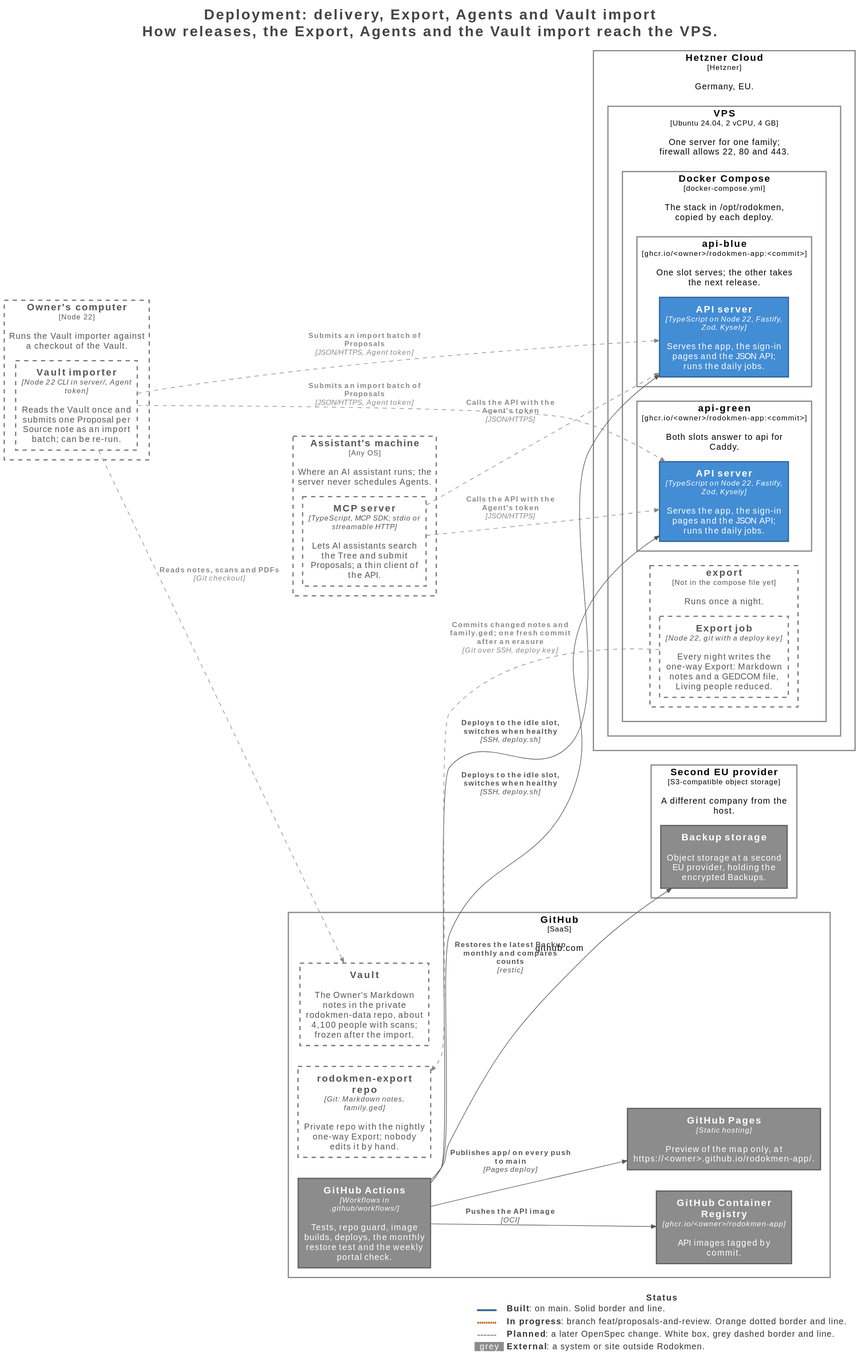
xjrk58/rodokmen-app keeps this PlantUML diagram as docs/architecture/generated/svg/16-deployment-delivery.svg. Above is the earlier version. The source it was exported from:
```plantuml
@startuml
title <size:24>Deployment: delivery, Export, Agents and Vault import</size>\n<size:24>How releases, the Export, Agents and the Vault import reach the VPS.</size>

set separator none
left to right direction

skinparam {
}

<style>
  root {
    BackgroundColor: #ffffff
    FontColor: #444444
  }
</style>

!include <C4/C4>
!include <C4/C4_Context>
!include <C4/C4_Container>
!include <C4/C4_Deployment>

!include ../../legend.puml

AddElementTag("Software System,External,Built", $bgColor="#8c8c8c", $borderColor="#616161", $fontColor="#ffffff", $sprite="", $shadowing="", $borderStyle="solid", $borderThickness="2")
AddElementTag("Container,External,Built", $bgColor="#8c8c8c", $borderColor="#616161", $fontColor="#ffffff", $sprite="", $shadowing="", $borderStyle="solid", $borderThickness="2")
AddElementTag("Container,Planned", $bgColor="#ffffff", $borderColor="#777777", $fontColor="#555555", $sprite="", $shadowing="", $borderStyle="dashed", $borderThickness="2")
AddElementTag("Deployment Node,Planned", $bgColor="#ffffff", $borderColor="#777777", $fontColor="#555555", $sprite="", $shadowing="", $borderStyle="dashed", $borderThickness="2")
AddElementTag("Deployment Node,Built", $bgColor="#ffffff", $borderColor="#888888", $fontColor="#000000", $sprite="", $shadowing="", $borderStyle="solid", $borderThickness="2")
AddElementTag("Container,External,Planned", $bgColor="#ffffff", $borderColor="#777777", $fontColor="#555555", $sprite="", $shadowing="", $borderStyle="dashed", $borderThickness="2")
AddElementTag("Container,Built", $bgColor="#438dd5", $borderColor="#2e6295", $fontColor="#ffffff", $sprite="", $shadowing="", $borderStyle="solid", $borderThickness="2")
AddElementTag("Software System,External,Planned", $bgColor="#ffffff", $borderColor="#777777", $fontColor="#555555", $sprite="", $shadowing="", $borderStyle="dashed", $borderThickness="2")

AddRelTag("Planned", $textColor="#8a8a8a", $lineColor="#8a8a8a", $lineStyle = DashedLine())
AddRelTag("Built", $textColor="#555555", $lineColor="#555555", $lineStyle = "")

Deployment_Node(Production.Assistantsmachine, "Assistant's machine", $type="Any OS", $descr="Where an AI assistant runs; the server never schedules Agents.", $tags="Deployment Node,Planned", $link="") {
  Container(Production.Assistantsmachine.MCPserver_1, "MCP server", $techn="TypeScript, MCP SDK; stdio or streamable HTTP", $descr="Lets AI assistants search the Tree and submit Proposals; a thin client of the API.", $tags="Container,Planned", $link="")
}

Deployment_Node(Production.Ownerscomputer, "Owner's computer", $type="Node 22", $descr="Runs the Vault importer against a checkout of the Vault.", $tags="Deployment Node,Planned", $link="") {
  Container(Production.Ownerscomputer.Vaultimporter_1, "Vault importer", $techn="Node 22 CLI in server/, Agent token", $descr="Reads the Vault once and submits one Proposal per Source note as an import batch; can be re-run.", $tags="Container,Planned", $link="")
}

Deployment_Node(Production.HetznerCloud, "Hetzner Cloud", $type="Hetzner", $descr="Germany, EU.", $tags="Deployment Node,Built", $link="") {
  Deployment_Node(Production.HetznerCloud.VPS, "VPS", $type="Ubuntu 24.04, 2 vCPU, 4 GB", $descr="One server for one family; firewall allows 22, 80 and 443.", $tags="Deployment Node,Built", $link="") {
    Deployment_Node(Production.HetznerCloud.VPS.DockerCompose, "Docker Compose", $type="docker-compose.yml", $descr="The stack in /opt/rodokmen, copied by each deploy.", $tags="Deployment Node,Built", $link="") {
      Deployment_Node(Production.HetznerCloud.VPS.DockerCompose.apiblue, "api-blue", $type="ghcr.io/<owner>/rodokmen-app:<commit>", $descr="One slot serves; the other takes the next release.", $tags="Deployment Node,Built", $link="") {
        Container(Production.HetznerCloud.VPS.DockerCompose.apiblue.APIserver_1, "API server", $techn="TypeScript on Node 22, Fastify, Zod, Kysely", $descr="Serves the app, the sign-in pages and the JSON API; runs the daily jobs.", $tags="Container,Built", $link="")
      }

      Deployment_Node(Production.HetznerCloud.VPS.DockerCompose.apigreen, "api-green", $type="ghcr.io/<owner>/rodokmen-app:<commit>", $descr="Both slots answer to api for Caddy.", $tags="Deployment Node,Built", $link="") {
        Container(Production.HetznerCloud.VPS.DockerCompose.apigreen.APIserver_1, "API server", $techn="TypeScript on Node 22, Fastify, Zod, Kysely", $descr="Serves the app, the sign-in pages and the JSON API; runs the daily jobs.", $tags="Container,Built", $link="")
      }

      Deployment_Node(Production.HetznerCloud.VPS.DockerCompose.export, "export", $type="Not in the compose file yet", $descr="Runs once a night.", $tags="Deployment Node,Planned", $link="") {
        Container(Production.HetznerCloud.VPS.DockerCompose.export.Exportjob_1, "Export job", $techn="Node 22, git with a deploy key", $descr="Every night writes the one-way Export: Markdown notes and a GEDCOM file, Living people reduced.", $tags="Container,Planned", $link="")
      }

    }

  }

}

Deployment_Node(Production.SecondEUprovider, "Second EU provider", $type="S3-compatible object storage", $descr="A different company from the host.", $tags="Deployment Node,Built", $link="") {
  System(Production.SecondEUprovider.Backupstorage_1, "Backup storage", $descr="Object storage at a second EU provider, holding the encrypted Backups.", $tags="Software System,External,Built", $link="")
}

Deployment_Node(Production.GitHub, "GitHub", $type="SaaS", $descr="github.com", $tags="Deployment Node,Built", $link="") {
  Container(Production.GitHub.GitHubActions_1, "GitHub Actions", $techn="Workflows in .github/workflows/", $descr="Tests, repo guard, image builds, deploys, the monthly restore test and the weekly portal check.", $tags="Container,External,Built", $link="")
  Container(Production.GitHub.GitHubContainerRegistry_1, "GitHub Container Registry", $techn="ghcr.io/<owner>/rodokmen-app", $descr="API images tagged by commit.", $tags="Container,External,Built", $link="")
  Container(Production.GitHub.GitHubPages_1, "GitHub Pages", $techn="Static hosting", $descr="Preview of the map only, at https://<owner>.github.io/rodokmen-app/.", $tags="Container,External,Built", $link="")
  Container(Production.GitHub.rodokmenexportrepo_1, "rodokmen-export repo", $techn="Git: Markdown notes, family.ged", $descr="Private repo with the nightly one-way Export; nobody edits it by hand.", $tags="Container,External,Planned", $link="")
  System(Production.GitHub.Vault_1, "Vault", $descr="The Owner's Markdown notes in the private rodokmen-data repo, about 4,100 people with scans; frozen after the import.", $tags="Software System,External,Planned", $link="")
}

Rel(Production.Assistantsmachine.MCPserver_1, Production.HetznerCloud.VPS.DockerCompose.apiblue.APIserver_1, "Calls the API with the Agent's token", $techn="JSON/HTTPS", $tags="Planned", $link="")
Rel(Production.Ownerscomputer.Vaultimporter_1, Production.HetznerCloud.VPS.DockerCompose.apiblue.APIserver_1, "Submits an import batch of Proposals", $techn="JSON/HTTPS, Agent token", $tags="Planned", $link="")
Rel(Production.Assistantsmachine.MCPserver_1, Production.HetznerCloud.VPS.DockerCompose.apigreen.APIserver_1, "Calls the API with the Agent's token", $techn="JSON/HTTPS", $tags="Planned", $link="")
Rel(Production.Ownerscomputer.Vaultimporter_1, Production.HetznerCloud.VPS.DockerCompose.apigreen.APIserver_1, "Submits an import batch of Proposals", $techn="JSON/HTTPS, Agent token", $tags="Planned", $link="")
Rel(Production.GitHub.GitHubActions_1, Production.HetznerCloud.VPS.DockerCompose.apiblue.APIserver_1, "Deploys to the idle slot, switches when healthy", $techn="SSH, deploy.sh", $tags="Built", $link="")
Rel(Production.GitHub.GitHubActions_1, Production.HetznerCloud.VPS.DockerCompose.apigreen.APIserver_1, "Deploys to the idle slot, switches when healthy", $techn="SSH, deploy.sh", $tags="Built", $link="")
Rel(Production.GitHub.GitHubActions_1, Production.SecondEUprovider.Backupstorage_1, "Restores the latest Backup monthly and compares counts", $techn="restic", $tags="Built", $link="")
Rel(Production.GitHub.GitHubActions_1, Production.GitHub.GitHubContainerRegistry_1, "Pushes the API image", $techn="OCI", $tags="Built", $link="")
Rel(Production.GitHub.GitHubActions_1, Production.GitHub.GitHubPages_1, "Publishes app/ on every push to main", $techn="Pages deploy", $tags="Built", $link="")
Rel(Production.HetznerCloud.VPS.DockerCompose.export.Exportjob_1, Production.GitHub.rodokmenexportrepo_1, "Commits changed notes and family.ged; one fresh commit after an erasure", $techn="Git over SSH, deploy key", $tags="Planned", $link="")
Rel(Production.Ownerscomputer.Vaultimporter_1, Production.GitHub.Vault_1, "Reads notes, scans and PDFs", $techn="Git checkout", $tags="Planned", $link="")

SHOW_LEGEND(true)
hide stereotypes
@enduml
```
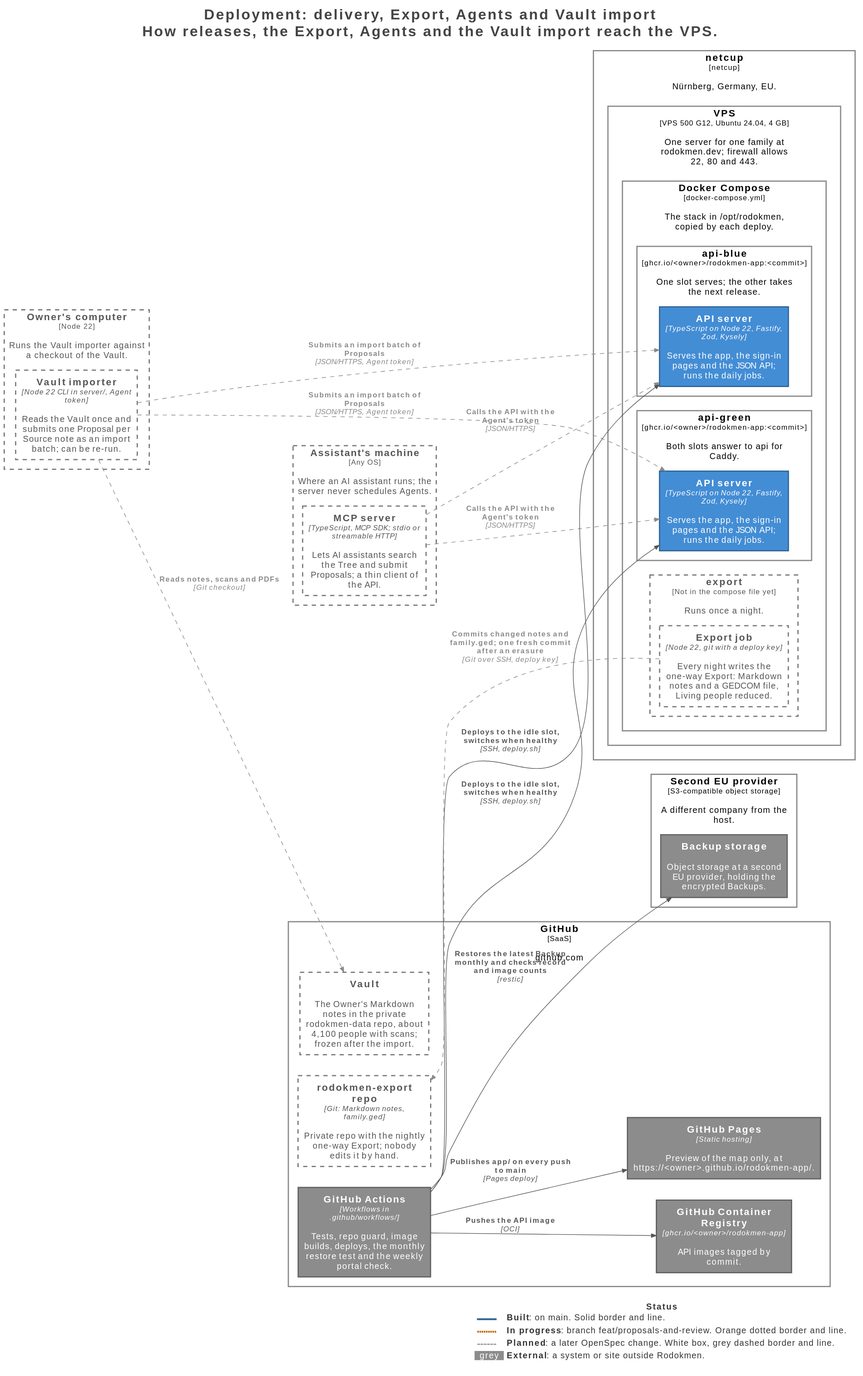
Later version of the same file.

Diff of the diagram source:
```diff
@@ -41,19 +41,19 @@
   Container(Production.Ownerscomputer.Vaultimporter_1, "Vault importer", $techn="Node 22 CLI in server/, Agent token", $descr="Reads the Vault once and submits one Proposal per Source note as an import batch; can be re-run.", $tags="Container,Planned", $link="")
 }
 
-Deployment_Node(Production.HetznerCloud, "Hetzner Cloud", $type="Hetzner", $descr="Germany, EU.", $tags="Deployment Node,Built", $link="") {
-  Deployment_Node(Production.HetznerCloud.VPS, "VPS", $type="Ubuntu 24.04, 2 vCPU, 4 GB", $descr="One server for one family; firewall allows 22, 80 and 443.", $tags="Deployment Node,Built", $link="") {
-    Deployment_Node(Production.HetznerCloud.VPS.DockerCompose, "Docker Compose", $type="docker-compose.yml", $descr="The stack in /opt/rodokmen, copied by each deploy.", $tags="Deployment Node,Built", $link="") {
-      Deployment_Node(Production.HetznerCloud.VPS.DockerCompose.apiblue, "api-blue", $type="ghcr.io/<owner>/rodokmen-app:<commit>", $descr="One slot serves; the other takes the next release.", $tags="Deployment Node,Built", $link="") {
-        Container(Production.HetznerCloud.VPS.DockerCompose.apiblue.APIserver_1, "API server", $techn="TypeScript on Node 22, Fastify, Zod, Kysely", $descr="Serves the app, the sign-in pages and the JSON API; runs the daily jobs.", $tags="Container,Built", $link="")
+Deployment_Node(Production.netcup, "netcup", $type="netcup", $descr="Nürnberg, Germany, EU.", $tags="Deployment Node,Built", $link="") {
+  Deployment_Node(Production.netcup.VPS, "VPS", $type="VPS 500 G12, Ubuntu 24.04, 4 GB", $descr="One server for one family at rodokmen.dev; firewall allows 22, 80 and 443.", $tags="Deployment Node,Built", $link="") {
+    Deployment_Node(Production.netcup.VPS.DockerCompose, "Docker Compose", $type="docker-compose.yml", $descr="The stack in /opt/rodokmen, copied by each deploy.", $tags="Deployment Node,Built", $link="") {
+      Deployment_Node(Production.netcup.VPS.DockerCompose.apiblue, "api-blue", $type="ghcr.io/<owner>/rodokmen-app:<commit>", $descr="One slot serves; the other takes the next release.", $tags="Deployment Node,Built", $link="") {
+        Container(Production.netcup.VPS.DockerCompose.apiblue.APIserver_1, "API server", $techn="TypeScript on Node 22, Fastify, Zod, Kysely", $descr="Serves the app, the sign-in pages and the JSON API; runs the daily jobs.", $tags="Container,Built", $link="")
       }
 
-      Deployment_Node(Production.HetznerCloud.VPS.DockerCompose.apigreen, "api-green", $type="ghcr.io/<owner>/rodokmen-app:<commit>", $descr="Both slots answer to api for Caddy.", $tags="Deployment Node,Built", $link="") {
-        Container(Production.HetznerCloud.VPS.DockerCompose.apigreen.APIserver_1, "API server", $techn="TypeScript on Node 22, Fastify, Zod, Kysely", $descr="Serves the app, the sign-in pages and the JSON API; runs the daily jobs.", $tags="Container,Built", $link="")
+      Deployment_Node(Production.netcup.VPS.DockerCompose.apigreen, "api-green", $type="ghcr.io/<owner>/rodokmen-app:<commit>", $descr="Both slots answer to api for Caddy.", $tags="Deployment Node,Built", $link="") {
+        Container(Production.netcup.VPS.DockerCompose.apigreen.APIserver_1, "API server", $techn="TypeScript on Node 22, Fastify, Zod, Kysely", $descr="Serves the app, the sign-in pages and the JSON API; runs the daily jobs.", $tags="Container,Built", $link="")
       }
 
-      Deployment_Node(Production.HetznerCloud.VPS.DockerCompose.export, "export", $type="Not in the compose file yet", $descr="Runs once a night.", $tags="Deployment Node,Planned", $link="") {
-        Container(Production.HetznerCloud.VPS.DockerCompose.export.Exportjob_1, "Export job", $techn="Node 22, git with a deploy key", $descr="Every night writes the one-way Export: Markdown notes and a GEDCOM file, Living people reduced.", $tags="Container,Planned", $link="")
+      Deployment_Node(Production.netcup.VPS.DockerCompose.export, "export", $type="Not in the compose file yet", $descr="Runs once a night.", $tags="Deployment Node,Planned", $link="") {
+        Container(Production.netcup.VPS.DockerCompose.export.Exportjob_1, "Export job", $techn="Node 22, git with a deploy key", $descr="Every night writes the one-way Export: Markdown notes and a GEDCOM file, Living people reduced.", $tags="Container,Planned", $link="")
       }
 
     }
@@ -74,16 +74,16 @@
   System(Production.GitHub.Vault_1, "Vault", $descr="The Owner's Markdown notes in the private rodokmen-data repo, about 4,100 people with scans; frozen after the import.", $tags="Software System,External,Planned", $link="")
 }
 
-Rel(Production.Assistantsmachine.MCPserver_1, Production.HetznerCloud.VPS.DockerCompose.apiblue.APIserver_1, "Calls the API with the Agent's token", $techn="JSON/HTTPS", $tags="Planned", $link="")
-Rel(Production.Ownerscomputer.Vaultimporter_1, Production.HetznerCloud.VPS.DockerCompose.apiblue.APIserver_1, "Submits an import batch of Proposals", $techn="JSON/HTTPS, Agent token", $tags="Planned", $link="")
-Rel(Production.Assistantsmachine.MCPserver_1, Production.HetznerCloud.VPS.DockerCompose.apigreen.APIserver_1, "Calls the API with the Agent's token", $techn="JSON/HTTPS", $tags="Planned", $link="")
-Rel(Production.Ownerscomputer.Vaultimporter_1, Production.HetznerCloud.VPS.DockerCompose.apigreen.APIserver_1, "Submits an import batch of Proposals", $techn="JSON/HTTPS, Agent token", $tags="Planned", $link="")
-Rel(Production.GitHub.GitHubActions_1, Production.HetznerCloud.VPS.DockerCompose.apiblue.APIserver_1, "Deploys to the idle slot, switches when healthy", $techn="SSH, deploy.sh", $tags="Built", $link="")
-Rel(Production.GitHub.GitHubActions_1, Production.HetznerCloud.VPS.DockerCompose.apigreen.APIserver_1, "Deploys to the idle slot, switches when healthy", $techn="SSH, deploy.sh", $tags="Built", $link="")
-Rel(Production.GitHub.GitHubActions_1, Production.SecondEUprovider.Backupstorage_1, "Restores the latest Backup monthly and compares counts", $techn="restic", $tags="Built", $link="")
+Rel(Production.Assistantsmachine.MCPserver_1, Production.netcup.VPS.DockerCompose.apiblue.APIserver_1, "Calls the API with the Agent's token", $techn="JSON/HTTPS", $tags="Planned", $link="")
+Rel(Production.Ownerscomputer.Vaultimporter_1, Production.netcup.VPS.DockerCompose.apiblue.APIserver_1, "Submits an import batch of Proposals", $techn="JSON/HTTPS, Agent token", $tags="Planned", $link="")
+Rel(Production.Assistantsmachine.MCPserver_1, Production.netcup.VPS.DockerCompose.apigreen.APIserver_1, "Calls the API with the Agent's token", $techn="JSON/HTTPS", $tags="Planned", $link="")
+Rel(Production.Ownerscomputer.Vaultimporter_1, Production.netcup.VPS.DockerCompose.apigreen.APIserver_1, "Submits an import batch of Proposals", $techn="JSON/HTTPS, Agent token", $tags="Planned", $link="")
+Rel(Production.GitHub.GitHubActions_1, Production.netcup.VPS.DockerCompose.apiblue.APIserver_1, "Deploys to the idle slot, switches when healthy", $techn="SSH, deploy.sh", $tags="Built", $link="")
+Rel(Production.GitHub.GitHubActions_1, Production.netcup.VPS.DockerCompose.apigreen.APIserver_1, "Deploys to the idle slot, switches when healthy", $techn="SSH, deploy.sh", $tags="Built", $link="")
+Rel(Production.GitHub.GitHubActions_1, Production.SecondEUprovider.Backupstorage_1, "Restores the latest Backup monthly and checks record and image counts", $techn="restic", $tags="Built", $link="")
 Rel(Production.GitHub.GitHubActions_1, Production.GitHub.GitHubContainerRegistry_1, "Pushes the API image", $techn="OCI", $tags="Built", $link="")
 Rel(Production.GitHub.GitHubActions_1, Production.GitHub.GitHubPages_1, "Publishes app/ on every push to main", $techn="Pages deploy", $tags="Built", $link="")
-Rel(Production.HetznerCloud.VPS.DockerCompose.export.Exportjob_1, Production.GitHub.rodokmenexportrepo_1, "Commits changed notes and family.ged; one fresh commit after an erasure", $techn="Git over SSH, deploy key", $tags="Planned", $link="")
+Rel(Production.netcup.VPS.DockerCompose.export.Exportjob_1, Production.GitHub.rodokmenexportrepo_1, "Commits changed notes and family.ged; one fresh commit after an erasure", $techn="Git over SSH, deploy key", $tags="Planned", $link="")
 Rel(Production.Ownerscomputer.Vaultimporter_1, Production.GitHub.Vault_1, "Reads notes, scans and PDFs", $techn="Git checkout", $tags="Planned", $link="")
 
 SHOW_LEGEND(true)
```
